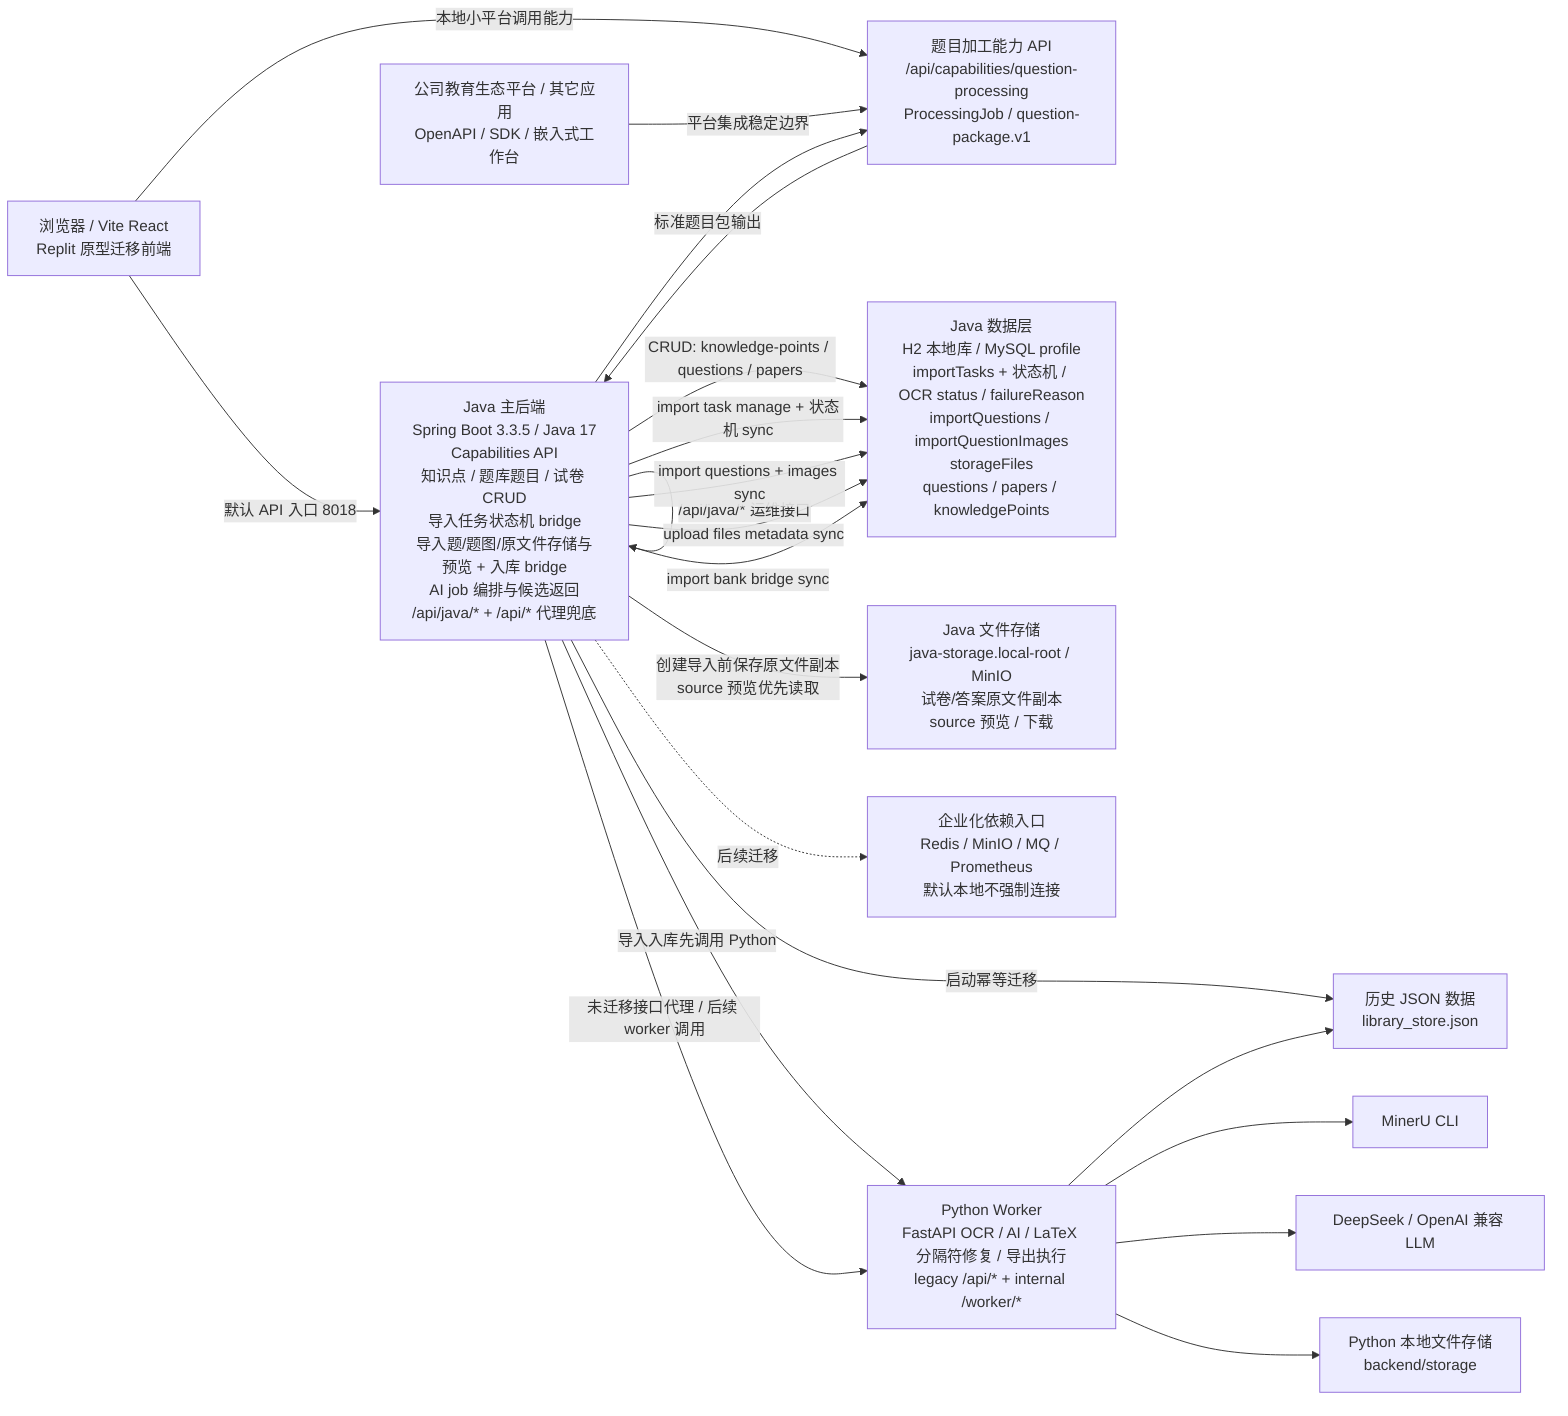
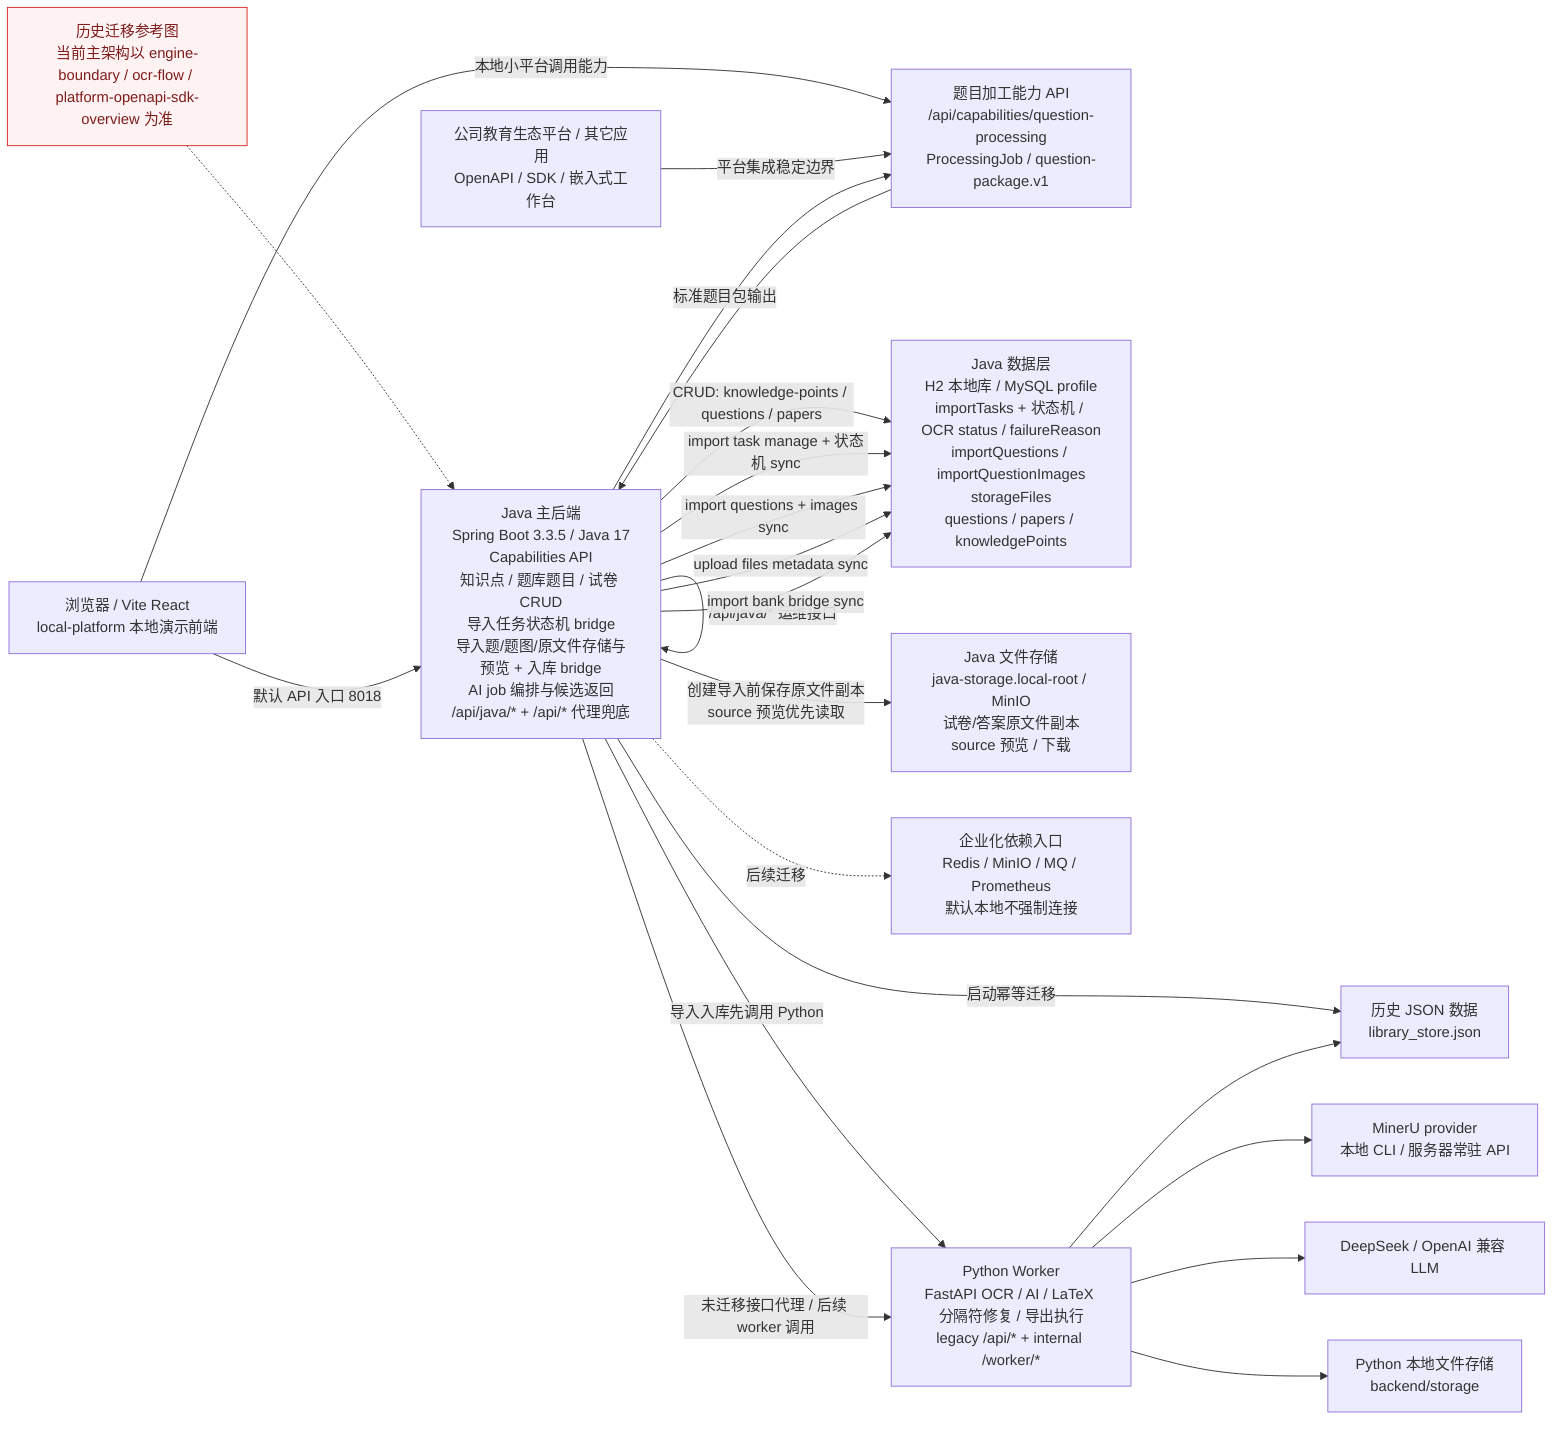
+ %% Version: 2026-07-08
+ %% Status: historical-reference
+ %% Scope: migration history from prototype/legacy worker toward Java main backend. Do not use as current runtime source of truth.
flowchart LR
-   Browser["浏览器 / Vite React\nReplit 原型迁移前端"]
+   Note["历史迁移参考图<br/>当前主架构以 engine-boundary / ocr-flow / platform-openapi-sdk-overview 为准"]:::note
+   Browser["浏览器 / Vite React\nlocal-platform 本地演示前端"]
  Platform["公司教育生态平台 / 其它应用\nOpenAPI / SDK / 嵌入式工作台"]
  Capability["题目加工能力 API\n/api/capabilities/question-processing\nProcessingJob / question-package.v1"]
  Java["Java 主后端\nSpring Boot 3.3.5 / Java 17\nCapabilities API\n知识点 / 题库题目 / 试卷 CRUD\n导入任务状态机 bridge\n导入题/题图/原文件存储与预览 + 入库 bridge\nAI job 编排与候选返回\n/api/java/* + /api/* 代理兜底"]
  Python["Python Worker\nFastAPI OCR / AI / LaTeX 分隔符修复 / 导出执行\nlegacy /api/* + internal /worker/*"]
-   MinerU["MinerU CLI"]
+   MinerU["MinerU provider\n本地 CLI / 服务器常驻 API"]
  DashScope["DeepSeek / OpenAI 兼容 LLM"]
  JsonStore["历史 JSON 数据\nlibrary_store.json"]
  JavaDb["Java 数据层\nH2 本地库 / MySQL profile\nimportTasks + 状态机 / OCR status / failureReason\nimportQuestions / importQuestionImages\nstorageFiles\nquestions / papers / knowledgePoints"]
  JavaFileStore["Java 文件存储\njava-storage.local-root / MinIO\n试卷/答案原文件副本\nsource 预览 / 下载"]
  LocalStore["Python 本地文件存储\nbackend/storage"]
  FutureDeps["企业化依赖入口\nRedis / MinIO / MQ / Prometheus\n默认本地不强制连接"]

+   Note -.-> Java
  Browser -->|默认 API 入口 8018| Java
  Browser -->|本地小平台调用能力| Capability
  Platform -->|平台集成稳定边界| Capability
  Capability --> Java
  Java -->|/api/java/* 运维接口| Java
  Java -->|标准题目包输出| Capability
  Java -->|CRUD: knowledge-points / questions / papers| JavaDb
  Java -->|import task manage + 状态机 sync| JavaDb
  Java -->|import questions + images sync| JavaDb
  Java -->|upload files metadata sync| JavaDb
  Java -->|创建导入前保存原文件副本\nsource 预览优先读取| JavaFileStore
  Java -->|import bank bridge sync| JavaDb
  Java -->|启动幂等迁移| JsonStore
  Java -->|导入入库先调用 Python| Python
  Java -->|未迁移接口代理 / 后续 worker 调用| Python
  Python --> MinerU
  Python --> DashScope
  Python --> JsonStore
  Python --> LocalStore
  Java -. 后续迁移 .-> FutureDeps
+ 
+   classDef note fill:#fef2f2,stroke:#dc2626,color:#7f1d1d,stroke-width:1px;
